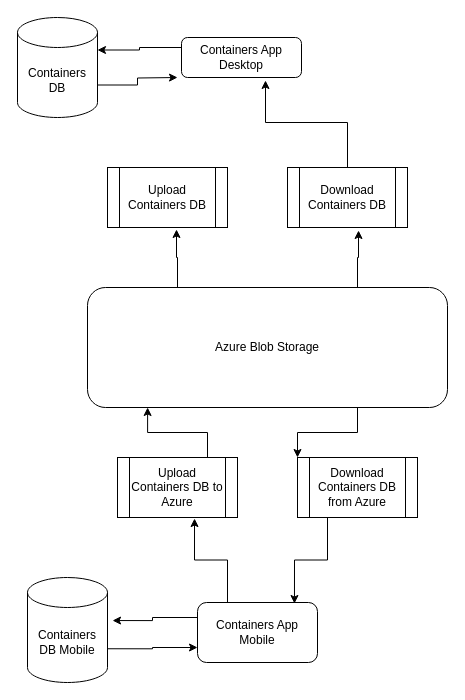
Before: Diagrama sin título.drawio in yosoyciro/ContainersAppDesktop, a draw.io diagram. Source tidied: cells renumbered, new cells numbered last; positions are measured from the earlier drawing's top-left corner, leaving out a move shared by most shapes. Both pictures are drawn from the tidied source at 100%, with x=0, y=0 at pixel (17, 17).
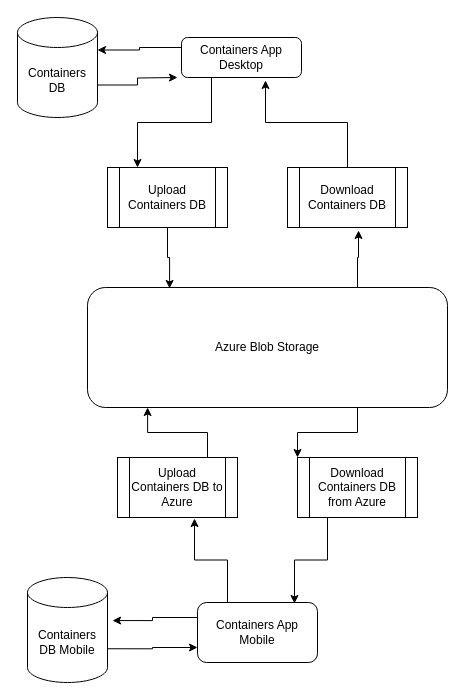
Above is the later version.

Commit message:
Diagrama flujo archivo DB

Unchanged cells that the change refers to:
```xml
<mxCell id="3" value="Containers App Desktop" style="rounded=1;whiteSpace=wrap;html=1;fontSize=12;glass=0;strokeWidth=1;shadow=0;" parent="1" vertex="1">
  <mxGeometry x="164" y="20" width="120" height="40" as="geometry" />
</mxCell>
<mxCell id="9" value="Azure Blob Storage" style="rounded=1;whiteSpace=wrap;html=1;" parent="1" vertex="1">
  <mxGeometry x="70" y="270" width="360" height="120" as="geometry" />
</mxCell>
<mxCell id="10" value="Upload Containers&amp;nbsp;DB" style="shape=process;whiteSpace=wrap;html=1;backgroundOutline=1;" parent="1" vertex="1">
  <mxGeometry x="90" y="150" width="120" height="60" as="geometry" />
</mxCell>
```

The edit, as a diff of the source:
```diff
@@
+    <mxCell id="22" style="edgeStyle=orthogonalEdgeStyle;rounded=0;jettySize=auto;html=1;exitX=0.25;exitY=1;exitDx=0;exitDy=0;entryX=0.25;entryY=0;entryDx=0;entryDy=0;" parent="1" edge="1" source="3" target="10">
+      <mxGeometry relative="1" as="geometry" />
+    </mxCell>
@@
-    <mxCell id="7" style="edgeStyle=orthogonalEdgeStyle;rounded=0;jettySize=auto;html=1;exitX=0.25;exitY=0;exitDx=0;exitDy=0;entryX=0.575;entryY=1.033;entryDx=0;entryDy=0;entryPerimeter=0;" parent="1" edge="1" source="9" target="10">
-      <mxGeometry relative="1" as="geometry" />
-    </mxCell>
@@
+    <mxCell id="23" style="edgeStyle=orthogonalEdgeStyle;rounded=0;jettySize=auto;html=1;exitX=0.5;exitY=1;exitDx=0;exitDy=0;entryX=0.228;entryY=0.008;entryDx=0;entryDy=0;entryPerimeter=0;" parent="1" edge="1" source="10" target="9">
+      <mxGeometry relative="1" as="geometry" />
+    </mxCell>
```
